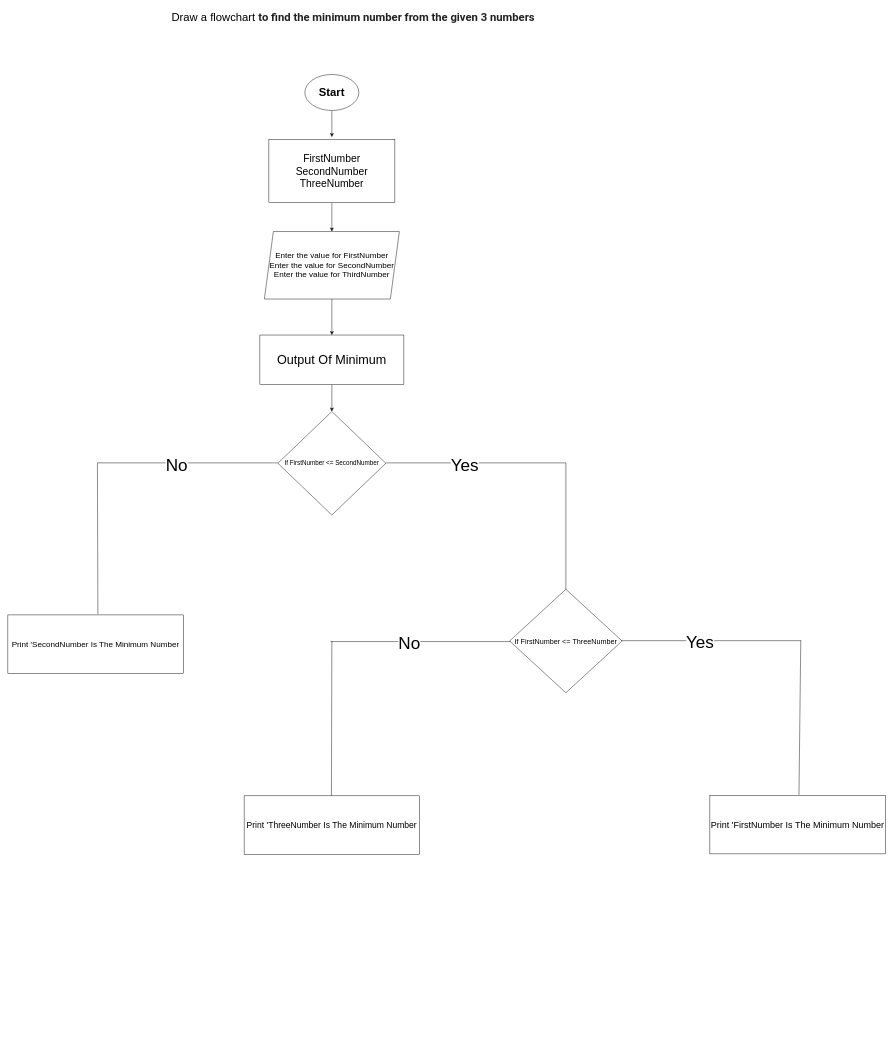
Before: c_language/Control_Structure/Minimum_Three_Numbers.drawio in BhavyaWithCode/FlutterDevelopmentTask, a draw.io diagram. Source tidied: cells renumbered, new cells numbered last; positions are measured from the earlier drawing's top-left corner, leaving out a move shared by most shapes. Both pictures are drawn from the tidied source at 45%, with x=0, y=0 at pixel (8, 8).
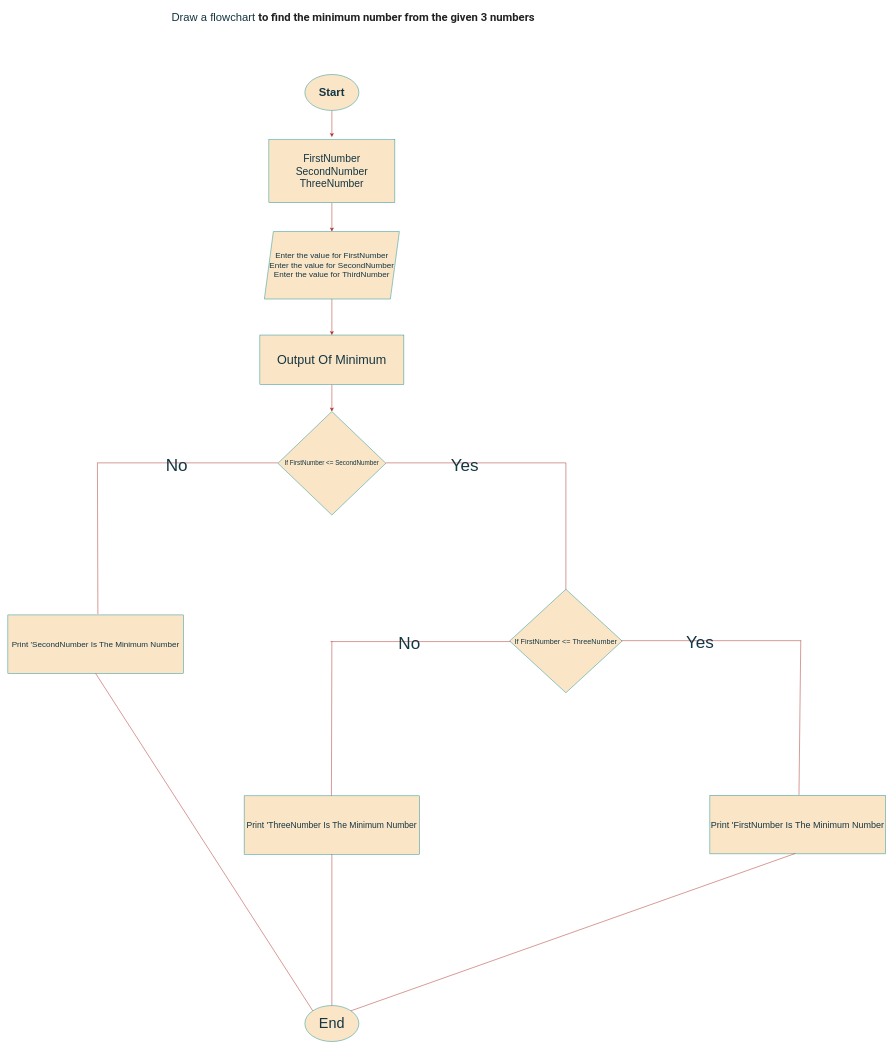
Above is the later version.

Diff of the diagram source:
```diff
@@
-    <mxCell id="2" style="edgeStyle=orthogonalEdgeStyle;rounded=0;jettySize=auto;html=1;" parent="1" edge="1" source="3">
+    <mxCell id="2" style="edgeStyle=orthogonalEdgeStyle;rounded=0;jettySize=auto;html=1;labelBackgroundColor=none;strokeColor=#A8201A;fontColor=default;" parent="1" edge="1" source="3">
       <mxGeometry relative="1" as="geometry">
         <mxPoint x="720" y="287" as="targetPoint" />
       </mxGeometry>
     </mxCell>
-    <mxCell id="3" value="&lt;h1&gt;&lt;font style=&quot;font-size: 25px;&quot;&gt;Start&lt;/font&gt;&lt;/h1&gt;" style="ellipse;whiteSpace=wrap;html=1;" parent="1" vertex="1">
+    <mxCell id="3" value="&lt;h1&gt;&lt;font style=&quot;font-size: 25px;&quot;&gt;Start&lt;/font&gt;&lt;/h1&gt;" style="ellipse;whiteSpace=wrap;html=1;labelBackgroundColor=none;fillColor=#FAE5C7;strokeColor=#0F8B8D;fontColor=#143642;" parent="1" vertex="1">
       <mxGeometry x="660" y="148" width="120" height="80" as="geometry" />
     </mxCell>
-    <mxCell id="4" value="Draw a flowchart&amp;nbsp;&lt;b style=&quot;-webkit-tap-highlight-color: transparent; color: rgba(0, 0, 0, 0.87); font-family: Roboto, Helvetica, Arial, sans-serif; font-size: 25px; text-align: left;&quot;&gt;to&amp;nbsp;find the minimum number from the given 3 numbers&amp;nbsp;&lt;/b&gt;" style="text;html=1;align=center;verticalAlign=middle;strokeColor=none;fillColor=none;fontSize=25;" parent="1" vertex="1">
+    <mxCell id="4" value="Draw a flowchart&amp;nbsp;&lt;b style=&quot;-webkit-tap-highlight-color: transparent; color: rgba(0, 0, 0, 0.87); font-family: Roboto, Helvetica, Arial, sans-serif; font-size: 25px; text-align: left;&quot;&gt;to&amp;nbsp;find the minimum number from the given 3 numbers&amp;nbsp;&lt;/b&gt;" style="text;html=1;align=center;verticalAlign=middle;strokeColor=none;fillColor=none;fontSize=25;labelBackgroundColor=none;fontColor=#143642;" parent="1" vertex="1">
       <mxGeometry x="335" width="870" height="40" as="geometry" />
     </mxCell>
-    <mxCell id="5" style="edgeStyle=orthogonalEdgeStyle;rounded=0;jettySize=auto;html=1;" parent="1" edge="1" source="6" target="8">
+    <mxCell id="5" style="edgeStyle=orthogonalEdgeStyle;rounded=0;jettySize=auto;html=1;labelBackgroundColor=none;strokeColor=#A8201A;fontColor=default;" parent="1" edge="1" source="6" target="8">
       <mxGeometry relative="1" as="geometry" />
     </mxCell>
-    <mxCell id="6" value="&lt;font style=&quot;font-size: 23px;&quot;&gt;FirstNumber&lt;br&gt;SecondNumber&lt;br&gt;ThreeNumber&lt;/font&gt;" style="rounded=0;whiteSpace=wrap;html=1;" parent="1" vertex="1">
+    <mxCell id="6" value="&lt;font style=&quot;font-size: 23px;&quot;&gt;FirstNumber&lt;br&gt;SecondNumber&lt;br&gt;ThreeNumber&lt;/font&gt;" style="rounded=0;whiteSpace=wrap;html=1;labelBackgroundColor=none;fillColor=#FAE5C7;strokeColor=#0F8B8D;fontColor=#143642;" parent="1" vertex="1">
       <mxGeometry x="580" y="293" width="280" height="140" as="geometry" />
     </mxCell>
-    <mxCell id="7" style="edgeStyle=orthogonalEdgeStyle;rounded=0;jettySize=auto;html=1;" parent="1" edge="1" source="8" target="10">
+    <mxCell id="7" style="edgeStyle=orthogonalEdgeStyle;rounded=0;jettySize=auto;html=1;labelBackgroundColor=none;strokeColor=#A8201A;fontColor=default;" parent="1" edge="1" source="8" target="10">
       <mxGeometry relative="1" as="geometry" />
     </mxCell>
-    <mxCell id="8" value="&lt;font style=&quot;font-size: 18px;&quot;&gt;Enter the value for FirstNumber&lt;br&gt;Enter the value for SecondNumber&lt;br&gt;Enter the value for ThirdNumber&lt;/font&gt;" style="shape=parallelogram;perimeter=parallelogramPerimeter;whiteSpace=wrap;html=1;fixedSize=1;" parent="1" vertex="1">
+    <mxCell id="8" value="&lt;font style=&quot;font-size: 18px;&quot;&gt;Enter the value for FirstNumber&lt;br&gt;Enter the value for SecondNumber&lt;br&gt;Enter the value for ThirdNumber&lt;/font&gt;" style="shape=parallelogram;perimeter=parallelogramPerimeter;whiteSpace=wrap;html=1;fixedSize=1;labelBackgroundColor=none;fillColor=#FAE5C7;strokeColor=#0F8B8D;fontColor=#143642;" parent="1" vertex="1">
       <mxGeometry x="570" y="497" width="300" height="150" as="geometry" />
     </mxCell>
-    <mxCell id="9" style="edgeStyle=orthogonalEdgeStyle;rounded=0;jettySize=auto;html=1;" parent="1" edge="1" source="10" target="11">
+    <mxCell id="9" style="edgeStyle=orthogonalEdgeStyle;rounded=0;jettySize=auto;html=1;labelBackgroundColor=none;strokeColor=#A8201A;fontColor=default;" parent="1" edge="1" source="10" target="11">
       <mxGeometry relative="1" as="geometry" />
     </mxCell>
-    <mxCell id="10" value="&lt;font style=&quot;font-size: 28px;&quot;&gt;Output Of Minimum&lt;/font&gt;" style="rounded=0;whiteSpace=wrap;html=1;" parent="1" vertex="1">
+    <mxCell id="10" value="&lt;font style=&quot;font-size: 28px;&quot;&gt;Output Of Minimum&lt;/font&gt;" style="rounded=0;whiteSpace=wrap;html=1;labelBackgroundColor=none;fillColor=#FAE5C7;strokeColor=#0F8B8D;fontColor=#143642;" parent="1" vertex="1">
       <mxGeometry x="560" y="727" width="320" height="110" as="geometry" />
     </mxCell>
-    <mxCell id="11" value="&lt;font style=&quot;font-size: 14px;&quot;&gt;If FirstNumber &amp;lt;= SecondNumber&lt;/font&gt;" style="rhombus;whiteSpace=wrap;html=1;" parent="1" vertex="1">
+    <mxCell id="11" value="&lt;font style=&quot;font-size: 14px;&quot;&gt;If FirstNumber &amp;lt;= SecondNumber&lt;/font&gt;" style="rhombus;whiteSpace=wrap;html=1;labelBackgroundColor=none;fillColor=#FAE5C7;strokeColor=#0F8B8D;fontColor=#143642;" parent="1" vertex="1">
       <mxGeometry x="600" y="897" width="240" height="230" as="geometry" />
     </mxCell>
-    <mxCell id="12" style="endArrow=none;html=1;rounded=0;" parent="1" edge="1">
+    <mxCell id="12" style="endArrow=none;html=1;rounded=0;labelBackgroundColor=none;strokeColor=#A8201A;fontColor=default;" parent="1" edge="1">
       <mxGeometry relative="1" as="geometry">
         <mxPoint x="1240" y="1298" as="sourcePoint" />
         <mxPoint x="1240" y="1011" as="targetPoint" />
       </mxGeometry>
     </mxCell>
-    <mxCell id="13" style="endArrow=none;html=1;rounded=0;" parent="1" edge="1">
+    <mxCell id="13" style="endArrow=none;html=1;rounded=0;labelBackgroundColor=none;strokeColor=#A8201A;fontColor=default;" parent="1" edge="1">
       <mxGeometry relative="1" as="geometry">
         <mxPoint x="200" y="1011.1" as="sourcePoint" />
         <mxPoint x="600" y="1011.1" as="targetPoint" />
       </mxGeometry>
     </mxCell>
-    <mxCell id="14" value="&lt;font style=&quot;font-size: 38px;&quot;&gt;No&lt;/font&gt;" style="edgeLabel;html=1;align=center;verticalAlign=middle;" parent="13" vertex="1">
+    <mxCell id="14" value="&lt;font style=&quot;font-size: 38px;&quot;&gt;No&lt;/font&gt;" style="edgeLabel;html=1;align=center;verticalAlign=middle;labelBackgroundColor=none;fontColor=#143642;" parent="13" vertex="1">
       <mxGeometry x="-0.13" y="-4" relative="1" as="geometry" />
     </mxCell>
-    <mxCell id="15" style="endArrow=none;html=1;rounded=0;" parent="1" edge="1">
+    <mxCell id="15" style="endArrow=none;html=1;rounded=0;labelBackgroundColor=none;strokeColor=#A8201A;fontColor=default;" parent="1" edge="1">
       <mxGeometry relative="1" as="geometry">
         <mxPoint x="840" y="1011.1" as="sourcePoint" />
         <mxPoint x="1240" y="1011.1" as="targetPoint" />
       </mxGeometry>
     </mxCell>
-    <mxCell id="16" value="&lt;span style=&quot;font-size: 38px;&quot;&gt;Yes&lt;/span&gt;" style="edgeLabel;html=1;align=center;verticalAlign=middle;" parent="15" vertex="1">
+    <mxCell id="16" value="&lt;span style=&quot;font-size: 38px;&quot;&gt;Yes&lt;/span&gt;" style="edgeLabel;html=1;align=center;verticalAlign=middle;labelBackgroundColor=none;fontColor=#143642;" parent="15" vertex="1">
       <mxGeometry x="-0.13" y="-4" relative="1" as="geometry" />
     </mxCell>
-    <mxCell id="17" value="&lt;font style=&quot;font-size: 16px;&quot;&gt;If FirstNumber &amp;lt;= ThreeNumber&lt;/font&gt;" style="rhombus;whiteSpace=wrap;html=1;" parent="1" vertex="1">
+    <mxCell id="17" value="&lt;font style=&quot;font-size: 16px;&quot;&gt;If FirstNumber &amp;lt;= ThreeNumber&lt;/font&gt;" style="rhombus;whiteSpace=wrap;html=1;labelBackgroundColor=none;fillColor=#FAE5C7;strokeColor=#0F8B8D;fontColor=#143642;" parent="1" vertex="1">
       <mxGeometry x="1115" y="1292" width="250" height="230" as="geometry" />
     </mxCell>
-    <mxCell id="18" style="endArrow=none;html=1;rounded=0;" parent="1" edge="1">
+    <mxCell id="18" style="endArrow=none;html=1;rounded=0;labelBackgroundColor=none;strokeColor=#A8201A;fontColor=default;" parent="1" edge="1">
       <mxGeometry relative="1" as="geometry">
         <mxPoint x="1363" y="1406.2" as="sourcePoint" />
         <mxPoint x="1763" y="1406.2" as="targetPoint" />
       </mxGeometry>
     </mxCell>
-    <mxCell id="19" value="&lt;span style=&quot;font-size: 38px;&quot;&gt;Yes&lt;/span&gt;" style="edgeLabel;html=1;align=center;verticalAlign=middle;" parent="18" vertex="1">
+    <mxCell id="19" value="&lt;span style=&quot;font-size: 38px;&quot;&gt;Yes&lt;/span&gt;" style="edgeLabel;html=1;align=center;verticalAlign=middle;labelBackgroundColor=none;fontColor=#143642;" parent="18" vertex="1">
       <mxGeometry x="-0.13" y="-4" relative="1" as="geometry" />
     </mxCell>
-    <mxCell id="20" style="endArrow=none;html=1;rounded=0;" parent="1" edge="1">
+    <mxCell id="20" style="endArrow=none;html=1;rounded=0;labelBackgroundColor=none;strokeColor=#A8201A;fontColor=default;" parent="1" edge="1">
       <mxGeometry relative="1" as="geometry">
         <mxPoint x="717" y="1408.2" as="sourcePoint" />
         <mxPoint x="1117" y="1408.2" as="targetPoint" />
       </mxGeometry>
     </mxCell>
-    <mxCell id="21" value="&lt;font style=&quot;font-size: 38px;&quot;&gt;No&lt;/font&gt;" style="edgeLabel;html=1;align=center;verticalAlign=middle;" parent="20" vertex="1">
+    <mxCell id="21" value="&lt;font style=&quot;font-size: 38px;&quot;&gt;No&lt;/font&gt;" style="edgeLabel;html=1;align=center;verticalAlign=middle;labelBackgroundColor=none;fontColor=#143642;" parent="20" vertex="1">
       <mxGeometry x="-0.13" y="-4" relative="1" as="geometry" />
     </mxCell>
-    <mxCell id="22" style="endArrow=none;html=1;rounded=0;exitX=0.5;exitY=0;exitDx=0;exitDy=0;" parent="1" edge="1">
+    <mxCell id="22" style="endArrow=none;html=1;rounded=0;exitX=0.5;exitY=0;exitDx=0;exitDy=0;labelBackgroundColor=none;strokeColor=#A8201A;fontColor=default;" parent="1" edge="1">
       <mxGeometry relative="1" as="geometry">
         <mxPoint x="1758" y="1749" as="sourcePoint" />
         <mxPoint x="1762" y="1406" as="targetPoint" />
       </mxGeometry>
     </mxCell>
-    <mxCell id="23" style="endArrow=none;html=1;rounded=0;exitX=0.5;exitY=0;exitDx=0;exitDy=0;" parent="1" edge="1">
+    <mxCell id="23" style="endArrow=none;html=1;rounded=0;exitX=0.5;exitY=0;exitDx=0;exitDy=0;labelBackgroundColor=none;strokeColor=#A8201A;fontColor=default;" parent="1" edge="1">
       <mxGeometry relative="1" as="geometry">
         <mxPoint x="719" y="1753" as="sourcePoint" />
         <mxPoint x="720" y="1407" as="targetPoint" />
       </mxGeometry>
     </mxCell>
-    <mxCell id="24" style="endArrow=none;html=1;rounded=0;" parent="1" edge="1">
+    <mxCell id="24" style="endArrow=none;html=1;rounded=0;labelBackgroundColor=none;strokeColor=#A8201A;fontColor=default;" parent="1" edge="1">
       <mxGeometry relative="1" as="geometry">
         <mxPoint x="200" y="1347" as="sourcePoint" />
         <mxPoint x="199" y="1010" as="targetPoint" />
       </mxGeometry>
     </mxCell>
-    <mxCell id="25" value="&lt;font style=&quot;font-size: 18px;&quot;&gt;Print 'SecondNumber Is The Minimum Number&lt;/font&gt;" style="rounded=0;whiteSpace=wrap;html=1;" parent="1" vertex="1">
+    <mxCell id="25" value="&lt;font style=&quot;font-size: 18px;&quot;&gt;Print 'SecondNumber Is The Minimum Number&lt;/font&gt;" style="rounded=0;whiteSpace=wrap;html=1;labelBackgroundColor=none;fillColor=#FAE5C7;strokeColor=#0F8B8D;fontColor=#143642;" parent="1" vertex="1">
       <mxGeometry y="1349" width="390" height="130" as="geometry" />
     </mxCell>
-    <mxCell id="26" value="&lt;font style=&quot;font-size: 19px;&quot;&gt;Print 'ThreeNumber Is The Minimum Number&lt;/font&gt;" style="rounded=0;whiteSpace=wrap;html=1;" parent="1" vertex="1">
+    <mxCell id="26" value="&lt;font style=&quot;font-size: 19px;&quot;&gt;Print 'ThreeNumber Is The Minimum Number&lt;/font&gt;" style="rounded=0;whiteSpace=wrap;html=1;labelBackgroundColor=none;fillColor=#FAE5C7;strokeColor=#0F8B8D;fontColor=#143642;" parent="1" vertex="1">
       <mxGeometry x="525" y="1751" width="390" height="130" as="geometry" />
     </mxCell>
-    <mxCell id="27" value="&lt;font style=&quot;font-size: 20px;&quot;&gt;Print 'FirstNumber Is The Minimum Number&lt;/font&gt;" style="rounded=0;whiteSpace=wrap;html=1;" parent="1" vertex="1">
+    <mxCell id="27" value="&lt;font style=&quot;font-size: 20px;&quot;&gt;Print 'FirstNumber Is The Minimum Number&lt;/font&gt;" style="rounded=0;whiteSpace=wrap;html=1;labelBackgroundColor=none;fillColor=#FAE5C7;strokeColor=#0F8B8D;fontColor=#143642;" parent="1" vertex="1">
       <mxGeometry x="1560" y="1750" width="390" height="130" as="geometry" />
     </mxCell>
+    <mxCell id="28" value="&lt;font style=&quot;font-size: 32px;&quot;&gt;End&lt;/font&gt;" style="ellipse;whiteSpace=wrap;html=1;labelBackgroundColor=none;fillColor=#FAE5C7;strokeColor=#0F8B8D;fontColor=#143642;" parent="1" vertex="1">
+      <mxGeometry x="660" y="2217" width="120" height="80" as="geometry" />
+    </mxCell>
+    <mxCell id="29" style="endArrow=none;html=1;rounded=0;exitX=0.5;exitY=1;exitDx=0;exitDy=0;entryX=0;entryY=0;entryDx=0;entryDy=0;labelBackgroundColor=none;strokeColor=#A8201A;fontColor=default;" parent="1" edge="1" source="25" target="28">
+      <mxGeometry relative="1" as="geometry" />
+    </mxCell>
+    <mxCell id="30" style="endArrow=none;html=1;rounded=0;exitX=0.5;exitY=0;exitDx=0;exitDy=0;entryX=0.5;entryY=1;entryDx=0;entryDy=0;labelBackgroundColor=none;strokeColor=#A8201A;fontColor=default;" parent="1" edge="1" source="28" target="26">
+      <mxGeometry relative="1" as="geometry" />
+    </mxCell>
+    <mxCell id="31" style="endArrow=none;html=1;rounded=0;exitX=1;exitY=0;exitDx=0;exitDy=0;labelBackgroundColor=none;strokeColor=#A8201A;fontColor=default;" parent="1" edge="1" source="28">
+      <mxGeometry relative="1" as="geometry">
+        <mxPoint x="1750" y="1879" as="targetPoint" />
+      </mxGeometry>
+    </mxCell>
```
